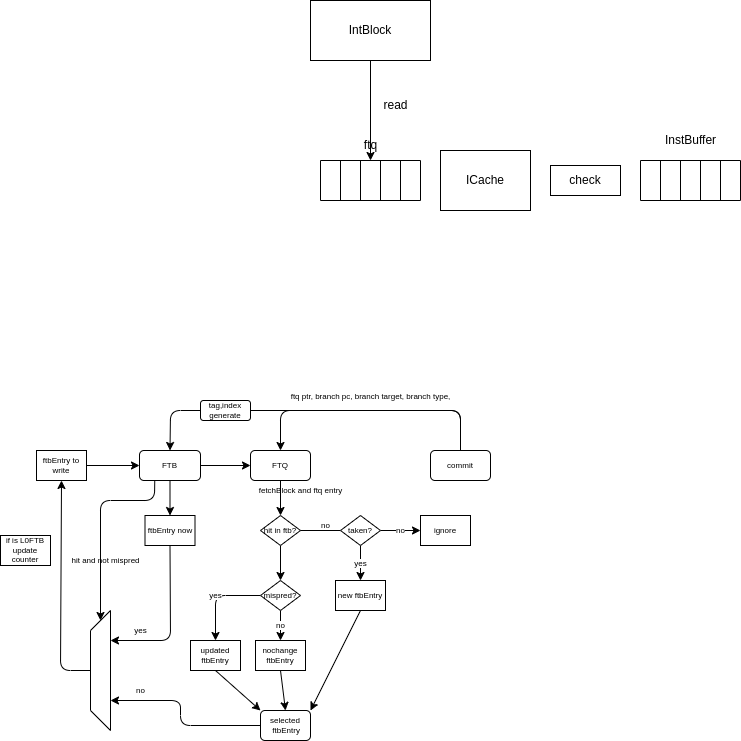
This is doc/decoupled-frontend.drawio.png from tastynoob/aura-core, a draw.io export, as it was before one commit. Source tidied: cells renumbered, new cells last; positions are measured from the earlier drawing's top-left corner, leaving out a move shared by most shapes. Its diagram source:
```xml
<mxGraphModel>
  <root>
    <mxCell id="0" />
    <mxCell id="1" parent="0" />
    <mxCell id="2" style="shape=table;html=1;whiteSpace=wrap;startSize=0;" parent="1" vertex="1">
      <mxGeometry x="320" y="160" width="100" height="40" as="geometry" />
    </mxCell>
    <mxCell id="3" style="shape=tableRow;horizontal=0;startSize=0;swimlaneHead=0;swimlaneBody=0;top=0;left=0;bottom=0;right=0;fillColor=none;points=[[0,0.5],[1,0.5]];portConstraint=eastwest;" parent="2" vertex="1">
      <mxGeometry width="100" height="40" as="geometry" />
    </mxCell>
    <mxCell id="4" style="shape=partialRectangle;html=1;whiteSpace=wrap;fillColor=none;top=0;left=0;bottom=0;right=0;overflow=hidden;" parent="3" vertex="1">
      <mxGeometry width="20" height="40" as="geometry" />
    </mxCell>
    <mxCell id="5" style="shape=partialRectangle;html=1;whiteSpace=wrap;fillColor=none;top=0;left=0;bottom=0;right=0;overflow=hidden;" parent="3" vertex="1">
      <mxGeometry x="20" width="20" height="40" as="geometry" />
    </mxCell>
    <mxCell id="6" style="shape=partialRectangle;html=1;whiteSpace=wrap;fillColor=none;top=0;left=0;bottom=0;right=0;overflow=hidden;" parent="3" vertex="1">
      <mxGeometry x="40" width="20" height="40" as="geometry" />
    </mxCell>
    <mxCell id="7" style="shape=partialRectangle;html=1;whiteSpace=wrap;fillColor=none;top=0;left=0;bottom=0;right=0;overflow=hidden;" parent="3" vertex="1">
      <mxGeometry x="60" width="20" height="40" as="geometry" />
    </mxCell>
    <mxCell id="8" style="shape=partialRectangle;html=1;whiteSpace=wrap;fillColor=none;top=0;left=0;bottom=0;right=0;overflow=hidden;" parent="3" vertex="1">
      <mxGeometry x="80" width="20" height="40" as="geometry" />
    </mxCell>
    <mxCell id="9" value="ftq" style="text;html=1;align=center;verticalAlign=middle;strokeColor=none;fillColor=none;" parent="1" vertex="1">
      <mxGeometry x="350" y="130" width="40" height="30" as="geometry" />
    </mxCell>
    <mxCell id="10" value="ICache" style="rounded=0;whiteSpace=wrap;html=1;" parent="1" vertex="1">
      <mxGeometry x="440" y="150" width="90" height="60" as="geometry" />
    </mxCell>
    <mxCell id="11" value="check" style="rounded=0;whiteSpace=wrap;html=1;" parent="1" vertex="1">
      <mxGeometry x="550" y="165" width="70" height="30" as="geometry" />
    </mxCell>
    <mxCell id="12" style="shape=table;html=1;whiteSpace=wrap;startSize=0;" parent="1" vertex="1">
      <mxGeometry x="640" y="160" width="100" height="40" as="geometry" />
    </mxCell>
    <mxCell id="13" style="shape=tableRow;horizontal=0;startSize=0;swimlaneHead=0;swimlaneBody=0;top=0;left=0;bottom=0;right=0;fillColor=none;" parent="12" vertex="1">
      <mxGeometry width="100" height="40" as="geometry" />
    </mxCell>
    <mxCell id="14" style="shape=partialRectangle;html=1;whiteSpace=wrap;fillColor=none;top=0;left=0;bottom=0;right=0;overflow=hidden;" parent="13" vertex="1">
      <mxGeometry width="20" height="40" as="geometry" />
    </mxCell>
    <mxCell id="15" style="shape=partialRectangle;html=1;whiteSpace=wrap;fillColor=none;top=0;left=0;bottom=0;right=0;overflow=hidden;" parent="13" vertex="1">
      <mxGeometry x="20" width="20" height="40" as="geometry" />
    </mxCell>
    <mxCell id="16" style="shape=partialRectangle;html=1;whiteSpace=wrap;fillColor=none;top=0;left=0;bottom=0;right=0;overflow=hidden;" parent="13" vertex="1">
      <mxGeometry x="40" width="20" height="40" as="geometry" />
    </mxCell>
    <mxCell id="17" style="shape=partialRectangle;html=1;whiteSpace=wrap;fillColor=none;top=0;left=0;bottom=0;right=0;overflow=hidden;" parent="13" vertex="1">
      <mxGeometry x="60" width="20" height="40" as="geometry" />
    </mxCell>
    <mxCell id="18" style="shape=partialRectangle;html=1;whiteSpace=wrap;fillColor=none;top=0;left=0;bottom=0;right=0;overflow=hidden;" parent="13" vertex="1">
      <mxGeometry x="80" width="20" height="40" as="geometry" />
    </mxCell>
    <mxCell id="19" value="InstBuffer" style="text;html=1;align=center;verticalAlign=middle;strokeColor=none;fillColor=none;" parent="1" vertex="1">
      <mxGeometry x="655" y="125" width="70" height="30" as="geometry" />
    </mxCell>
    <mxCell id="20" style="edgeStyle=none;html=1;" parent="1" edge="1" source="21" target="3">
      <mxGeometry relative="1" as="geometry" />
    </mxCell>
    <mxCell id="21" value="IntBlock" style="rounded=0;whiteSpace=wrap;html=1;" parent="1" vertex="1">
      <mxGeometry x="310" width="120" height="60" as="geometry" />
    </mxCell>
    <mxCell id="22" value="read" style="text;html=1;align=center;verticalAlign=middle;strokeColor=none;fillColor=none;" parent="1" vertex="1">
      <mxGeometry x="370" y="90" width="50" height="30" as="geometry" />
    </mxCell>
    <mxCell id="23" style="edgeStyle=none;html=1;" parent="1" edge="1" source="26" target="28">
      <mxGeometry relative="1" as="geometry" />
    </mxCell>
    <mxCell id="24" style="edgeStyle=none;html=1;fontSize=8;entryX=0.5;entryY=0;entryDx=0;entryDy=0;" parent="1" edge="1" source="26" target="57">
      <mxGeometry relative="1" as="geometry" />
    </mxCell>
    <mxCell id="25" style="edgeStyle=none;html=1;exitX=0.25;exitY=1;exitDx=0;exitDy=0;entryX=1;entryY=0.5;entryDx=0;entryDy=0;fontSize=8;" parent="1" edge="1" source="26" target="59">
      <mxGeometry relative="1" as="geometry">
        <Array as="points">
          <mxPoint x="154" y="500" />
          <mxPoint x="100" y="500" />
        </Array>
      </mxGeometry>
    </mxCell>
    <mxCell id="26" value="FTB" style="rounded=1;whiteSpace=wrap;html=1;fontSize=8;" parent="1" vertex="1">
      <mxGeometry x="139" y="450" width="61" height="30" as="geometry" />
    </mxCell>
    <mxCell id="27" style="edgeStyle=none;html=1;entryX=0.5;entryY=0;entryDx=0;entryDy=0;fontSize=8;" parent="1" edge="1" source="28" target="35">
      <mxGeometry relative="1" as="geometry" />
    </mxCell>
    <mxCell id="28" value="FTQ" style="rounded=1;whiteSpace=wrap;html=1;fontSize=8;" parent="1" vertex="1">
      <mxGeometry x="250" y="450" width="60" height="30" as="geometry" />
    </mxCell>
    <mxCell id="29" style="edgeStyle=none;html=1;exitX=0.5;exitY=0;exitDx=0;exitDy=0;entryX=0.5;entryY=0;entryDx=0;entryDy=0;" parent="1" edge="1" source="31" target="28">
      <mxGeometry relative="1" as="geometry">
        <Array as="points">
          <mxPoint x="460" y="410" />
          <mxPoint x="280" y="410" />
        </Array>
      </mxGeometry>
    </mxCell>
    <mxCell id="30" style="edgeStyle=none;html=1;exitX=0.5;exitY=0;exitDx=0;exitDy=0;entryX=0.5;entryY=0;entryDx=0;entryDy=0;fontSize=8;" parent="1" edge="1" source="31" target="26">
      <mxGeometry relative="1" as="geometry">
        <Array as="points">
          <mxPoint x="460" y="410" />
          <mxPoint x="170" y="410" />
        </Array>
      </mxGeometry>
    </mxCell>
    <mxCell id="31" value="commit" style="rounded=1;whiteSpace=wrap;html=1;fontSize=8;" parent="1" vertex="1">
      <mxGeometry x="430" y="450" width="60" height="30" as="geometry" />
    </mxCell>
    <mxCell id="32" value="&lt;font style=&quot;font-size: 8px;&quot;&gt;ftq ptr, branch pc, branch target, branch type,&lt;/font&gt;" style="text;html=1;align=center;verticalAlign=middle;strokeColor=none;fillColor=none;" parent="1" vertex="1">
      <mxGeometry x="280" y="380" width="180" height="30" as="geometry" />
    </mxCell>
    <mxCell id="33" value="tag,index generate" style="rounded=1;whiteSpace=wrap;html=1;fontSize=8;" parent="1" vertex="1">
      <mxGeometry x="200" y="400" width="50" height="20" as="geometry" />
    </mxCell>
    <mxCell id="34" style="edgeStyle=none;html=1;fontSize=8;" parent="1" edge="1" source="35" target="47">
      <mxGeometry relative="1" as="geometry" />
    </mxCell>
    <mxCell id="35" value="hit in ftb?" style="rhombus;whiteSpace=wrap;html=1;fontSize=8;" parent="1" vertex="1">
      <mxGeometry x="260" y="515" width="40" height="30" as="geometry" />
    </mxCell>
    <mxCell id="36" value="fetchBlock and ftq entry" style="text;html=1;align=center;verticalAlign=middle;strokeColor=none;fillColor=none;fontSize=8;" parent="1" vertex="1">
      <mxGeometry x="245" y="480" width="110" height="20" as="geometry" />
    </mxCell>
    <mxCell id="37" value="no" style="text;html=1;align=center;verticalAlign=middle;strokeColor=none;fillColor=none;fontSize=8;" parent="1" vertex="1">
      <mxGeometry x="310" y="515" width="30" height="20" as="geometry" />
    </mxCell>
    <mxCell id="38" style="edgeStyle=none;html=1;fontSize=8;endArrow=none;" parent="1" edge="1" source="35" target="41">
      <mxGeometry relative="1" as="geometry" />
    </mxCell>
    <mxCell id="39" value="no" style="edgeStyle=none;html=1;fontSize=8;" parent="1" edge="1" source="41" target="42">
      <mxGeometry relative="1" as="geometry" />
    </mxCell>
    <mxCell id="40" value="yes" style="edgeStyle=none;html=1;fontSize=8;" parent="1" edge="1" source="41" target="44">
      <mxGeometry relative="1" as="geometry" />
    </mxCell>
    <mxCell id="41" value="taken?" style="rhombus;whiteSpace=wrap;html=1;fontSize=8;" parent="1" vertex="1">
      <mxGeometry x="340" y="515" width="40" height="30" as="geometry" />
    </mxCell>
    <mxCell id="42" value="ignore" style="rounded=0;whiteSpace=wrap;html=1;fontSize=8;" parent="1" vertex="1">
      <mxGeometry x="420" y="515" width="50" height="30" as="geometry" />
    </mxCell>
    <mxCell id="43" style="edgeStyle=none;html=1;exitX=0.5;exitY=1;exitDx=0;exitDy=0;entryX=1;entryY=0;entryDx=0;entryDy=0;fontSize=8;" parent="1" edge="1" source="44" target="53">
      <mxGeometry relative="1" as="geometry" />
    </mxCell>
    <mxCell id="44" value="new ftbEntry" style="rounded=0;whiteSpace=wrap;html=1;fontSize=8;" parent="1" vertex="1">
      <mxGeometry x="335" y="580" width="50" height="30" as="geometry" />
    </mxCell>
    <mxCell id="45" value="no" style="edgeStyle=none;html=1;fontSize=8;" parent="1" edge="1" source="47" target="49">
      <mxGeometry relative="1" as="geometry" />
    </mxCell>
    <mxCell id="46" value="yes" style="edgeStyle=none;html=1;exitX=0;exitY=0.5;exitDx=0;exitDy=0;entryX=0.5;entryY=0;entryDx=0;entryDy=0;fontSize=8;" parent="1" edge="1" source="47" target="51">
      <mxGeometry relative="1" as="geometry">
        <Array as="points">
          <mxPoint x="215" y="595" />
        </Array>
      </mxGeometry>
    </mxCell>
    <mxCell id="47" value="mispred?" style="rhombus;whiteSpace=wrap;html=1;fontSize=8;" parent="1" vertex="1">
      <mxGeometry x="260" y="580" width="40" height="30" as="geometry" />
    </mxCell>
    <mxCell id="48" style="edgeStyle=none;html=1;exitX=0.5;exitY=1;exitDx=0;exitDy=0;entryX=0.5;entryY=0;entryDx=0;entryDy=0;fontSize=8;" parent="1" edge="1" source="49" target="53">
      <mxGeometry relative="1" as="geometry" />
    </mxCell>
    <mxCell id="49" value="nochange&lt;br&gt;ftbEntry" style="rounded=0;whiteSpace=wrap;html=1;fontSize=8;" parent="1" vertex="1">
      <mxGeometry x="255" y="640" width="50" height="30" as="geometry" />
    </mxCell>
    <mxCell id="50" style="edgeStyle=none;html=1;exitX=0.5;exitY=1;exitDx=0;exitDy=0;entryX=0;entryY=0;entryDx=0;entryDy=0;fontSize=8;" parent="1" edge="1" source="51" target="53">
      <mxGeometry relative="1" as="geometry" />
    </mxCell>
    <mxCell id="51" value="updated&lt;br&gt;ftbEntry" style="rounded=0;whiteSpace=wrap;html=1;fontSize=8;" parent="1" vertex="1">
      <mxGeometry x="190" y="640" width="50" height="30" as="geometry" />
    </mxCell>
    <mxCell id="52" style="edgeStyle=none;html=1;exitX=0;exitY=0.5;exitDx=0;exitDy=0;entryX=0.25;entryY=1;entryDx=0;entryDy=0;fontSize=8;" parent="1" edge="1" source="53" target="59">
      <mxGeometry relative="1" as="geometry">
        <Array as="points">
          <mxPoint x="180" y="725" />
          <mxPoint x="180" y="700" />
        </Array>
      </mxGeometry>
    </mxCell>
    <mxCell id="53" value="selected&lt;br&gt;&amp;nbsp;ftbEntry" style="rounded=1;whiteSpace=wrap;html=1;fontSize=8;" parent="1" vertex="1">
      <mxGeometry x="260" y="710" width="50" height="30" as="geometry" />
    </mxCell>
    <mxCell id="54" style="edgeStyle=none;html=1;entryX=0;entryY=0.5;entryDx=0;entryDy=0;fontSize=8;" parent="1" edge="1" source="55" target="26">
      <mxGeometry relative="1" as="geometry" />
    </mxCell>
    <mxCell id="55" value="ftbEntry to write" style="rounded=0;whiteSpace=wrap;html=1;fontSize=8;" parent="1" vertex="1">
      <mxGeometry x="36" y="450" width="50" height="30" as="geometry" />
    </mxCell>
    <mxCell id="56" style="edgeStyle=none;html=1;exitX=0.5;exitY=1;exitDx=0;exitDy=0;entryX=0.75;entryY=1;entryDx=0;entryDy=0;fontSize=8;" parent="1" edge="1" source="57" target="59">
      <mxGeometry relative="1" as="geometry">
        <Array as="points">
          <mxPoint x="170" y="640" />
        </Array>
      </mxGeometry>
    </mxCell>
    <mxCell id="57" value="ftbEntry now" style="rounded=0;whiteSpace=wrap;html=1;fontSize=8;" parent="1" vertex="1">
      <mxGeometry x="144.5" y="515" width="50" height="30" as="geometry" />
    </mxCell>
    <mxCell id="58" style="edgeStyle=none;html=1;exitX=0.5;exitY=0;exitDx=0;exitDy=0;fontSize=8;entryX=0.5;entryY=1;entryDx=0;entryDy=0;" parent="1" edge="1" source="59" target="55">
      <mxGeometry relative="1" as="geometry">
        <Array as="points">
          <mxPoint x="60" y="670" />
        </Array>
      </mxGeometry>
    </mxCell>
    <mxCell id="59" style="shape=trapezoid;perimeter=trapezoidPerimeter;whiteSpace=wrap;html=1;fixedSize=1;fontSize=8;rotation=-90;" parent="1" vertex="1">
      <mxGeometry x="40" y="660" width="120" height="20" as="geometry" />
    </mxCell>
    <mxCell id="60" value="hit and not mispred" style="text;html=1;align=center;verticalAlign=middle;strokeColor=none;fillColor=none;fontSize=8;" parent="1" vertex="1">
      <mxGeometry x="60" y="550" width="90" height="20" as="geometry" />
    </mxCell>
    <mxCell id="61" value="yes" style="text;html=1;align=center;verticalAlign=middle;strokeColor=none;fillColor=none;fontSize=8;" parent="1" vertex="1">
      <mxGeometry x="120" y="620" width="40" height="20" as="geometry" />
    </mxCell>
    <mxCell id="62" value="no" style="text;html=1;align=center;verticalAlign=middle;strokeColor=none;fillColor=none;fontSize=8;" parent="1" vertex="1">
      <mxGeometry x="125" y="680" width="30" height="20" as="geometry" />
    </mxCell>
    <mxCell id="63" value="if is L0FTB&lt;br&gt;update counter" style="rounded=0;whiteSpace=wrap;html=1;fontSize=8;" parent="1" vertex="1">
      <mxGeometry y="535" width="50" height="30" as="geometry" />
    </mxCell>
  </root>
</mxGraphModel>
```
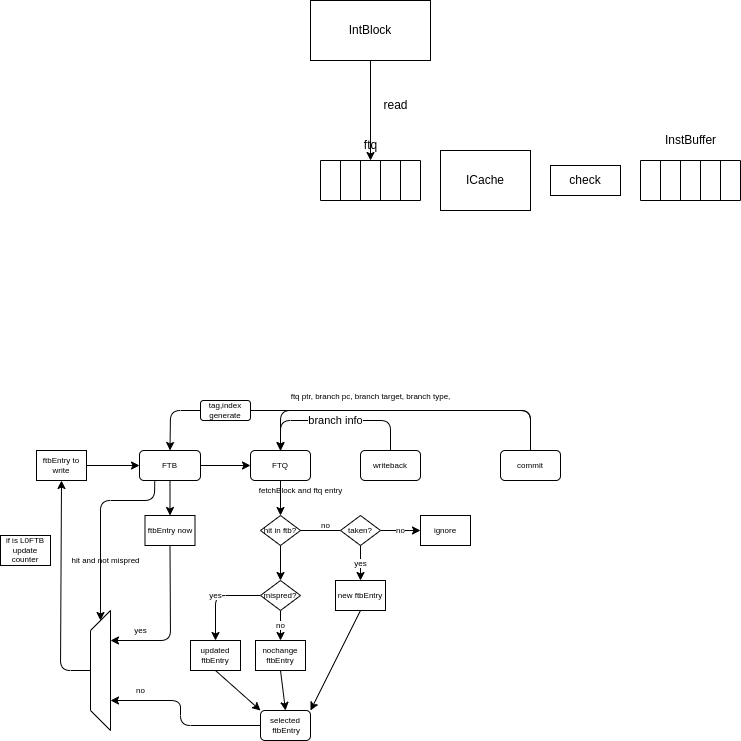
After the change.

The edit, as a diff of the source:
```diff
@@ -91,6 +91,7 @@
     <mxCell id="29" style="edgeStyle=none;html=1;exitX=0.5;exitY=0;exitDx=0;exitDy=0;entryX=0.5;entryY=0;entryDx=0;entryDy=0;" parent="1" edge="1" source="31" target="28">
       <mxGeometry relative="1" as="geometry">
         <Array as="points">
+          <mxPoint x="530" y="410" />
           <mxPoint x="460" y="410" />
           <mxPoint x="280" y="410" />
         </Array>
@@ -99,13 +100,13 @@
     <mxCell id="30" style="edgeStyle=none;html=1;exitX=0.5;exitY=0;exitDx=0;exitDy=0;entryX=0.5;entryY=0;entryDx=0;entryDy=0;fontSize=8;" parent="1" edge="1" source="31" target="26">
       <mxGeometry relative="1" as="geometry">
         <Array as="points">
-          <mxPoint x="460" y="410" />
+          <mxPoint x="530" y="410" />
           <mxPoint x="170" y="410" />
         </Array>
       </mxGeometry>
     </mxCell>
     <mxCell id="31" value="commit" style="rounded=1;whiteSpace=wrap;html=1;fontSize=8;" parent="1" vertex="1">
-      <mxGeometry x="430" y="450" width="60" height="30" as="geometry" />
+      <mxGeometry x="500" y="450" width="60" height="30" as="geometry" />
     </mxCell>
     <mxCell id="32" value="&lt;font style=&quot;font-size: 8px;&quot;&gt;ftq ptr, branch pc, branch target, branch type,&lt;/font&gt;" style="text;html=1;align=center;verticalAlign=middle;strokeColor=none;fillColor=none;" parent="1" vertex="1">
       <mxGeometry x="280" y="380" width="180" height="30" as="geometry" />
@@ -220,5 +221,17 @@
     <mxCell id="63" value="if is L0FTB&lt;br&gt;update counter" style="rounded=0;whiteSpace=wrap;html=1;fontSize=8;" parent="1" vertex="1">
       <mxGeometry y="535" width="50" height="30" as="geometry" />
     </mxCell>
+    <mxCell id="64" value="branch info" style="edgeStyle=none;html=1;exitX=0.5;exitY=0;exitDx=0;exitDy=0;" parent="1" edge="1" source="65">
+      <mxGeometry relative="1" as="geometry">
+        <mxPoint x="280" y="450.2" as="targetPoint" />
+        <Array as="points">
+          <mxPoint x="390" y="420" />
+          <mxPoint x="280" y="420" />
+        </Array>
+      </mxGeometry>
+    </mxCell>
+    <mxCell id="65" value="writeback" style="rounded=1;whiteSpace=wrap;html=1;fontSize=8;" parent="1" vertex="1">
+      <mxGeometry x="360" y="450" width="60" height="30" as="geometry" />
+    </mxCell>
   </root>
 </mxGraphModel>
```
